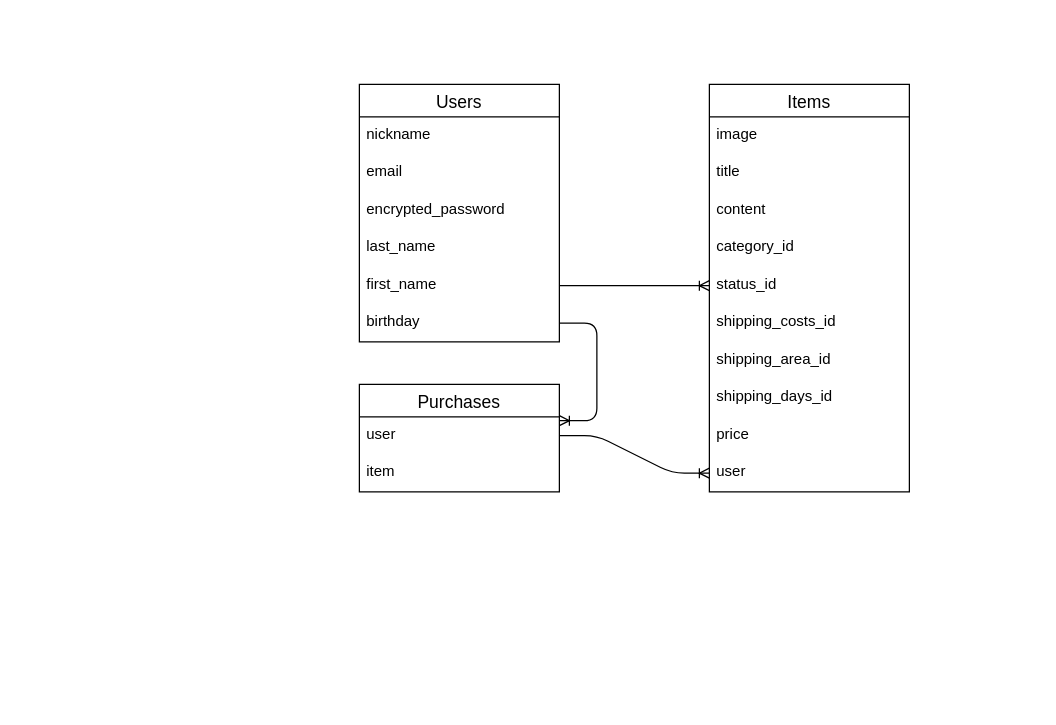
This is er.dio from Allisonna/furima-40530, a draw.io file, before an edit. Source tidied: cells renumbered, new cells numbered last; positions are measured from the earlier drawing's top-left corner, leaving out a move shared by most shapes. Both pictures are drawn from the tidied source at 125%, with x=0, y=0 at pixel (359, 84).
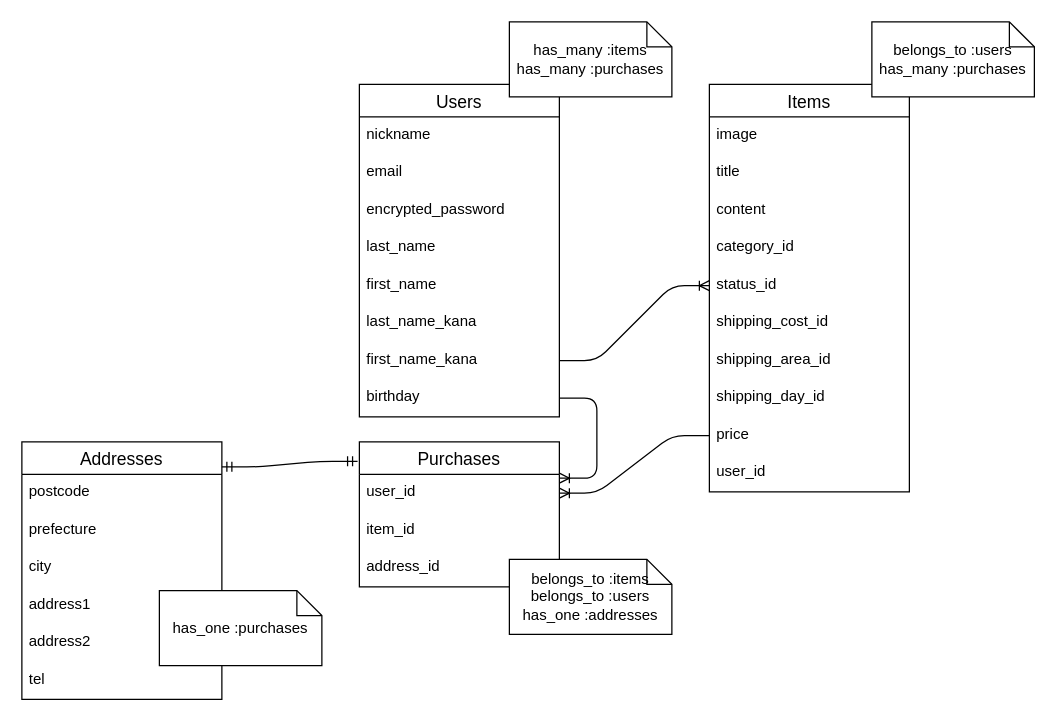
The same page after the edit.

Commit message (it also covers changes not shown here):
ER図とREADMEの修正２

The change refers to these unchanged cells:
```xml
<mxCell id="9" value="Items" style="swimlane;fontStyle=0;horizontal=1;startSize=26;align=center;fontSize=14;" parent="1" vertex="1">
  <mxGeometry x="280" width="160" height="326" as="geometry" />
</mxCell>
<mxCell id="18" value="price" style="text;strokeColor=none;fillColor=none;spacingLeft=4;spacingRight=4;overflow=hidden;points=[[0,0.5],[1,0.5]];portConstraint=eastwest;fontSize=12;" parent="9" vertex="1">
  <mxGeometry y="266" width="160" height="30" as="geometry" />
</mxCell>
```

Change to the diagram source:
```diff
@@
     <mxCell id="2" value="Users" style="swimlane;fontStyle=0;horizontal=1;startSize=26;align=center;fontSize=14;" parent="1" vertex="1">
-      <mxGeometry width="160" height="206" as="geometry" />
+      <mxGeometry width="160" height="266" as="geometry" />
     </mxCell>
@@
+    <mxCell id="26" value="first_name" style="text;strokeColor=none;fillColor=none;spacingLeft=4;spacingRight=4;overflow=hidden;fontSize=12;" parent="2" vertex="1">
+      <mxGeometry y="146" width="160" height="30" as="geometry" />
+    </mxCell>
+    <mxCell id="27" value="last_name_kana" style="text;strokeColor=none;fillColor=none;spacingLeft=4;spacingRight=4;overflow=hidden;fontSize=12;" parent="2" vertex="1">
+      <mxGeometry y="176" width="160" height="30" as="geometry" />
+    </mxCell>
-    <mxCell id="7" value="first_name" style="text;strokeColor=none;fillColor=none;spacingLeft=4;spacingRight=4;overflow=hidden;points=[[0,0.5],[1,0.5]];portConstraint=eastwest;fontSize=12;" parent="2" vertex="1">
-      <mxGeometry y="146" width="160" height="30" as="geometry" />
+    <mxCell id="7" value="first_name_kana" style="text;strokeColor=none;fillColor=none;spacingLeft=4;spacingRight=4;overflow=hidden;points=[[0,0.5],[1,0.5]];portConstraint=eastwest;fontSize=12;" parent="2" vertex="1">
+      <mxGeometry y="206" width="160" height="30" as="geometry" />
     </mxCell>
     <mxCell id="8" value="birthday" style="text;strokeColor=none;fillColor=none;spacingLeft=4;spacingRight=4;overflow=hidden;points=[[0,0.5],[1,0.5]];portConstraint=eastwest;fontSize=12;" parent="2" vertex="1">
-      <mxGeometry y="176" width="160" height="30" as="geometry" />
+      <mxGeometry y="236" width="160" height="30" as="geometry" />
     </mxCell>
@@
-    <mxCell id="15" value="shipping_costs_id" style="text;strokeColor=none;fillColor=none;spacingLeft=4;spacingRight=4;overflow=hidden;fontSize=12;" parent="9" vertex="1">
+    <mxCell id="15" value="shipping_cost_id" style="text;strokeColor=none;fillColor=none;spacingLeft=4;spacingRight=4;overflow=hidden;fontSize=12;" parent="9" vertex="1">
       <mxGeometry y="176" width="160" height="30" as="geometry" />
     </mxCell>
@@
-    <mxCell id="17" value="shipping_days_id" style="text;strokeColor=none;fillColor=none;spacingLeft=4;spacingRight=4;overflow=hidden;fontSize=12;" parent="9" vertex="1">
+    <mxCell id="17" value="shipping_day_id" style="text;strokeColor=none;fillColor=none;spacingLeft=4;spacingRight=4;overflow=hidden;fontSize=12;" parent="9" vertex="1">
       <mxGeometry y="236" width="160" height="30" as="geometry" />
     </mxCell>
@@
-    <mxCell id="19" value="user" style="text;strokeColor=none;fillColor=none;spacingLeft=4;spacingRight=4;overflow=hidden;points=[[0,0.5],[1,0.5]];portConstraint=eastwest;fontSize=12;" parent="9" vertex="1">
+    <mxCell id="19" value="user_id" style="text;strokeColor=none;fillColor=none;spacingLeft=4;spacingRight=4;overflow=hidden;points=[[0,0.5],[1,0.5]];portConstraint=eastwest;fontSize=12;" parent="9" vertex="1">
       <mxGeometry y="296" width="160" height="30" as="geometry" />
     </mxCell>
     <mxCell id="20" value="Purchases" style="swimlane;fontStyle=0;horizontal=1;startSize=26;align=center;fontSize=14;" parent="1" vertex="1">
-      <mxGeometry y="240" width="160" height="86" as="geometry" />
+      <mxGeometry y="286" width="160" height="116" as="geometry" />
     </mxCell>
-    <mxCell id="21" value="user" style="text;strokeColor=none;fillColor=none;spacingLeft=4;spacingRight=4;overflow=hidden;points=[[0,0.5],[1,0.5]];portConstraint=eastwest;fontSize=12;" parent="20" vertex="1">
+    <mxCell id="21" value="user_id" style="text;strokeColor=none;fillColor=none;spacingLeft=4;spacingRight=4;overflow=hidden;points=[[0,0.5],[1,0.5]];portConstraint=eastwest;fontSize=12;" parent="20" vertex="1">
       <mxGeometry y="26" width="160" height="30" as="geometry" />
     </mxCell>
-    <mxCell id="22" value="item" style="text;strokeColor=none;fillColor=none;spacingLeft=4;spacingRight=4;overflow=hidden;fontSize=12;" parent="20" vertex="1">
+    <mxCell id="22" value="item_id" style="text;strokeColor=none;fillColor=none;spacingLeft=4;spacingRight=4;overflow=hidden;fontSize=12;" parent="20" vertex="1">
       <mxGeometry y="56" width="160" height="30" as="geometry" />
     </mxCell>
+    <mxCell id="28" value="address_id" style="text;strokeColor=none;fillColor=none;spacingLeft=4;spacingRight=4;overflow=hidden;fontSize=12;" parent="20" vertex="1">
+      <mxGeometry y="86" width="160" height="30" as="geometry" />
+    </mxCell>
@@
+    <mxCell id="25" style="edgeStyle=entityRelationEdgeStyle;fontSize=12;html=1;endArrow=ERoneToMany;entryX=1;entryY=0.1;entryDx=0;entryDy=0;exitX=1;exitY=0.5;exitDx=0;exitDy=0;entryPerimeter=0;" parent="1" edge="1" source="8" target="21">
+      <mxGeometry relative="1" as="geometry" />
+    </mxCell>
+    <mxCell id="29" value="Addresses" style="swimlane;fontStyle=0;horizontal=1;startSize=26;align=center;fontSize=14;" parent="1" vertex="1">
+      <mxGeometry x="-270" y="286" width="160" height="206" as="geometry" />
+    </mxCell>
+    <mxCell id="30" value="postcode" style="text;strokeColor=none;fillColor=none;spacingLeft=4;spacingRight=4;overflow=hidden;fontSize=12;" parent="29" vertex="1">
+      <mxGeometry y="26" width="160" height="30" as="geometry" />
+    </mxCell>
+    <mxCell id="31" value="prefecture" style="text;strokeColor=none;fillColor=none;spacingLeft=4;spacingRight=4;overflow=hidden;fontSize=12;" parent="29" vertex="1">
+      <mxGeometry y="56" width="160" height="30" as="geometry" />
+    </mxCell>
+    <mxCell id="32" value="city" style="text;strokeColor=none;fillColor=none;spacingLeft=4;spacingRight=4;overflow=hidden;fontSize=12;" parent="29" vertex="1">
+      <mxGeometry y="86" width="160" height="30" as="geometry" />
+    </mxCell>
+    <mxCell id="33" value="address1" style="text;strokeColor=none;fillColor=none;spacingLeft=4;spacingRight=4;overflow=hidden;fontSize=12;" parent="29" vertex="1">
+      <mxGeometry y="116" width="160" height="30" as="geometry" />
+    </mxCell>
+    <mxCell id="34" value="address2" style="text;strokeColor=none;fillColor=none;spacingLeft=4;spacingRight=4;overflow=hidden;fontSize=12;" parent="29" vertex="1">
+      <mxGeometry y="146" width="160" height="30" as="geometry" />
+    </mxCell>
+    <mxCell id="35" value="tel" style="text;strokeColor=none;fillColor=none;spacingLeft=4;spacingRight=4;overflow=hidden;fontSize=12;" parent="29" vertex="1">
+      <mxGeometry y="176" width="160" height="30" as="geometry" />
+    </mxCell>
+    <mxCell id="36" value="has_many :items&lt;br&gt;has_many :purchases" style="shape=note;size=20;whiteSpace=wrap;html=1;" parent="1" vertex="1">
+      <mxGeometry x="120" y="-50" width="130" height="60" as="geometry" />
+    </mxCell>
+    <mxCell id="37" value="belongs_to :users&lt;br&gt;has_many :purchases" style="shape=note;size=20;whiteSpace=wrap;html=1;" parent="1" vertex="1">
+      <mxGeometry x="410" y="-50" width="130" height="60" as="geometry" />
+    </mxCell>
-    <mxCell id="24" style="edgeStyle=entityRelationEdgeStyle;fontSize=12;html=1;endArrow=ERoneToMany;exitX=1;exitY=0.5;exitDx=0;exitDy=0;entryX=0;entryY=0.5;entryDx=0;entryDy=0;" parent="1" edge="1" source="21" target="19">
+    <mxCell id="24" style="edgeStyle=entityRelationEdgeStyle;fontSize=12;html=1;endArrow=ERoneToMany;exitX=0;exitY=0.5;exitDx=0;exitDy=0;entryX=1;entryY=0.5;entryDx=0;entryDy=0;" parent="1" edge="1" source="18" target="21">
       <mxGeometry relative="1" as="geometry" />
     </mxCell>
-    <mxCell id="25" style="edgeStyle=entityRelationEdgeStyle;fontSize=12;html=1;endArrow=ERoneToMany;entryX=1;entryY=0.1;entryDx=0;entryDy=0;exitX=1;exitY=0.5;exitDx=0;exitDy=0;entryPerimeter=0;" parent="1" edge="1" source="8" target="21">
-      <mxGeometry relative="1" as="geometry" />
-    </mxCell>
+    <mxCell id="38" value="belongs_to :items&lt;br&gt;belongs_to :users&lt;br&gt;has_one :addresses" style="shape=note;size=20;whiteSpace=wrap;html=1;" parent="1" vertex="1">
+      <mxGeometry x="120" y="380" width="130" height="60" as="geometry" />
+    </mxCell>
+    <mxCell id="39" style="edgeStyle=entityRelationEdgeStyle;fontSize=12;html=1;endArrow=ERmandOne;startArrow=ERmandOne;exitX=1;exitY=0.097;exitDx=0;exitDy=0;exitPerimeter=0;entryX=-0.009;entryY=0.134;entryDx=0;entryDy=0;entryPerimeter=0;" parent="1" edge="1" source="29" target="20">
+      <mxGeometry relative="1" as="geometry" />
+    </mxCell>
+    <mxCell id="40" value="has_one :purchases" style="shape=note;size=20;whiteSpace=wrap;html=1;" parent="1" vertex="1">
+      <mxGeometry x="-160" y="405" width="130" height="60" as="geometry" />
+    </mxCell>
```
